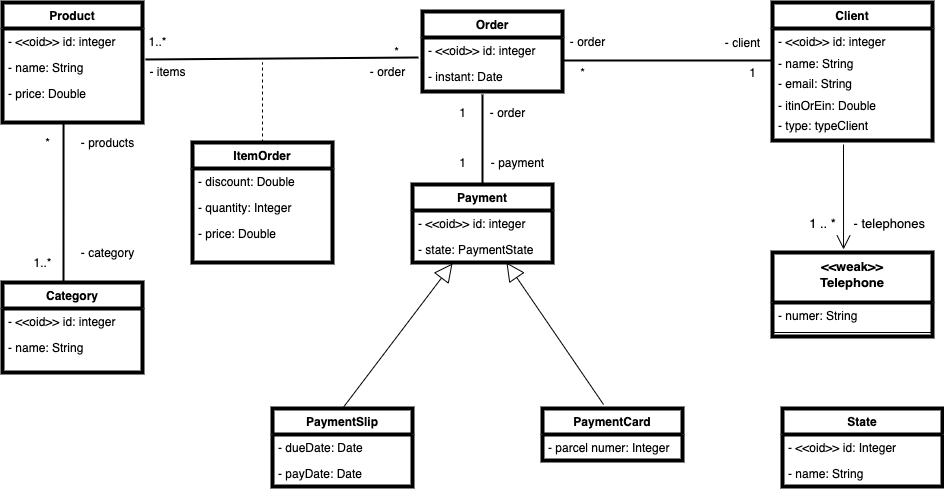
The draw.io diagram class-diagram-2.0.png in Relesi/class-diagram, before a commit. Source tidied: cells renumbered, new cells last; positions are measured from the earlier drawing's top-left corner, leaving out a move shared by most shapes.
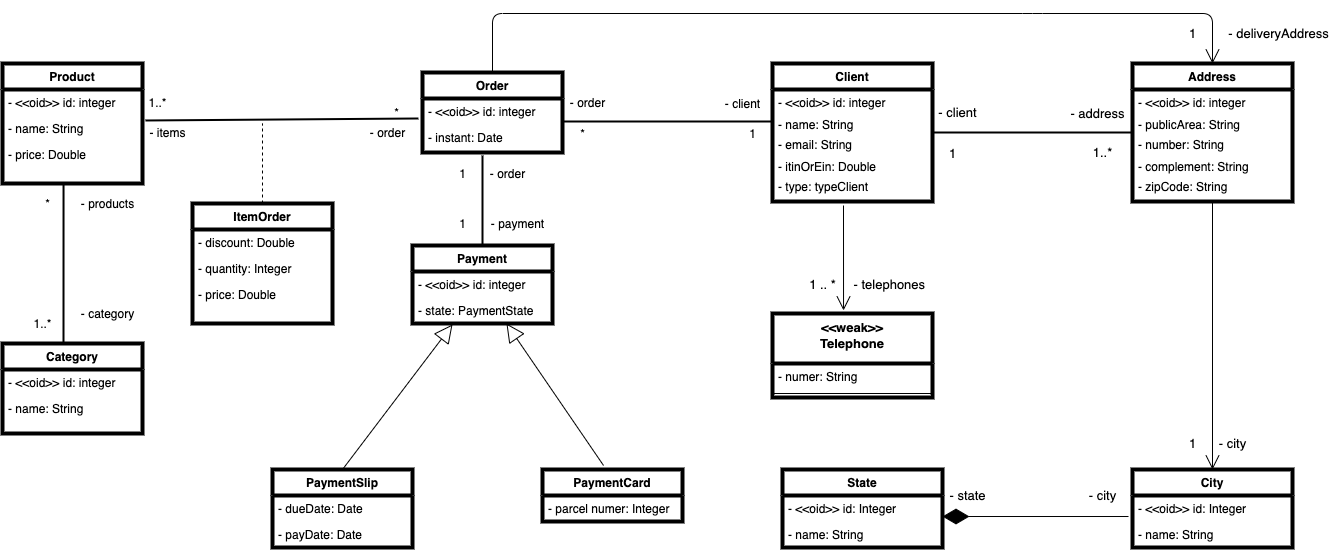
Later version of the same file.

Commit message:
impl address and city to model

Diff of the diagram source:
```diff
@@ -194,5 +194,80 @@
     <mxCell id="61" value="&amp;nbsp;- telephones" style="text;html=1;align=center;verticalAlign=middle;strokeColor=none;fontSize=13;" parent="1" vertex="1">
       <mxGeometry x="840" y="211" width="90" height="20" as="geometry" />
     </mxCell>
+    <mxCell id="62" value="Address" style="swimlane;fontStyle=1;horizontal=1;startSize=26;fillColor=none;strokeWidth=4;" parent="1" vertex="1">
+      <mxGeometry x="1130" width="160" height="138" as="geometry" />
+    </mxCell>
+    <mxCell id="63" value="- &lt;&lt;oid&gt;&gt; id: integer" style="text;strokeColor=none;fillColor=none;align=left;verticalAlign=top;spacingLeft=4;spacingRight=4;overflow=hidden;" parent="62" vertex="1">
+      <mxGeometry y="26" width="160" height="22" as="geometry" />
+    </mxCell>
+    <mxCell id="64" value="- publicArea: String " style="text;strokeColor=none;fillColor=none;align=left;verticalAlign=top;spacingLeft=4;spacingRight=4;overflow=hidden;" parent="62" vertex="1">
+      <mxGeometry y="48" width="160" height="20" as="geometry" />
+    </mxCell>
+    <mxCell id="65" value="- number: String" style="text;align=left;verticalAlign=top;spacingLeft=4;spacingRight=4;overflow=hidden;" parent="62" vertex="1">
+      <mxGeometry y="68" width="160" height="22" as="geometry" />
+    </mxCell>
+    <mxCell id="66" value="- complement: String" style="text;align=left;verticalAlign=top;spacingLeft=4;spacingRight=4;overflow=hidden;" parent="62" vertex="1">
+      <mxGeometry y="90" width="160" height="20" as="geometry" />
+    </mxCell>
+    <mxCell id="67" value="- zipCode: String" style="text;align=left;verticalAlign=top;spacingLeft=4;spacingRight=4;overflow=hidden;" parent="62" vertex="1">
+      <mxGeometry y="110" width="160" height="28" as="geometry" />
+    </mxCell>
+    <mxCell id="68" value="City" style="swimlane;fontStyle=1;horizontal=1;startSize=26;fillColor=none;strokeWidth=4;" parent="1" vertex="1">
+      <mxGeometry x="1130" y="406" width="160" height="78" as="geometry" />
+    </mxCell>
+    <mxCell id="69" value="- &lt;&lt;oid&gt;&gt; id: Integer" style="text;strokeColor=none;fillColor=none;align=left;verticalAlign=top;spacingLeft=4;spacingRight=4;overflow=hidden;points=[[0,0.5],[1,0.5]];portConstraint=eastwest;" parent="68" vertex="1">
+      <mxGeometry y="26" width="160" height="26" as="geometry" />
+    </mxCell>
+    <mxCell id="70" value="- name: String" style="text;strokeColor=none;fillColor=none;align=left;verticalAlign=top;spacingLeft=4;spacingRight=4;overflow=hidden;" parent="68" vertex="1">
+      <mxGeometry y="52" width="160" height="26" as="geometry" />
+    </mxCell>
+    <mxCell id="71" style="endArrow=none;html=1;entryX=0;entryY=0.5;entryDx=0;entryDy=0;strokeWidth=2;exitX=1;exitY=0.5;exitDx=0;exitDy=0;" parent="1" edge="1" source="42" target="62">
+      <mxGeometry relative="1" as="geometry" />
+    </mxCell>
+    <mxCell id="72" value="- client" style="text;html=1;align=center;verticalAlign=middle;strokeColor=none;fontSize=13;" parent="1" vertex="1">
+      <mxGeometry x="930" y="39" width="50" height="20" as="geometry" />
+    </mxCell>
+    <mxCell id="73" value="1" style="text;html=1;align=center;verticalAlign=middle;strokeColor=none;fontSize=13;" parent="1" vertex="1">
+      <mxGeometry x="940" y="80" width="20" height="20" as="geometry" />
+    </mxCell>
+    <mxCell id="74" value="- address" style="text;html=1;align=center;verticalAlign=middle;strokeColor=none;fontSize=13;" parent="1" vertex="1">
+      <mxGeometry x="1060" y="40" width="70" height="20" as="geometry" />
+    </mxCell>
+    <mxCell id="75" value="1..*" style="text;html=1;align=center;verticalAlign=middle;strokeColor=none;fontSize=13;" parent="1" vertex="1">
+      <mxGeometry x="1080" y="79" width="40" height="20" as="geometry" />
+    </mxCell>
+    <mxCell id="76" style="endArrow=open;endFill=1;endSize=12;html=1;fontSize=13;entryX=0.5;entryY=0;entryDx=0;entryDy=0;exitX=0.5;exitY=1;exitDx=0;exitDy=0;" parent="1" edge="1" source="62" target="68">
+      <mxGeometry relative="1" as="geometry" />
+    </mxCell>
+    <mxCell id="77" value="- city" style="text;html=1;align=center;verticalAlign=middle;strokeColor=none;fontSize=13;" parent="1" vertex="1">
+      <mxGeometry x="1210" y="370" width="40" height="20" as="geometry" />
+    </mxCell>
+    <mxCell id="78" value="1" style="text;html=1;align=center;verticalAlign=middle;strokeColor=none;fontSize=13;" parent="1" vertex="1">
+      <mxGeometry x="1180" y="370" width="20" height="20" as="geometry" />
+    </mxCell>
+    <mxCell id="79" style="endArrow=diamondThin;endFill=1;endSize=24;html=1;fontSize=13;exitX=-0.025;exitY=0.808;exitDx=0;exitDy=0;exitPerimeter=0;entryX=1;entryY=0.808;entryDx=0;entryDy=0;entryPerimeter=0;" parent="1" edge="1" source="69" target="57">
+      <mxGeometry relative="1" as="geometry" />
+    </mxCell>
+    <mxCell id="80" value="- state" style="text;html=1;align=center;verticalAlign=middle;strokeColor=none;fontSize=13;" parent="1" vertex="1">
+      <mxGeometry x="940" y="422" width="50" height="20" as="geometry" />
+    </mxCell>
+    <mxCell id="81" value="- city" style="text;html=1;align=center;verticalAlign=middle;strokeColor=none;fontSize=13;" parent="1" vertex="1">
+      <mxGeometry x="1080" y="422" width="40" height="20" as="geometry" />
+    </mxCell>
+    <mxCell id="82" style="endArrow=open;endFill=1;endSize=12;html=1;fontSize=13;entryX=0.5;entryY=0;entryDx=0;entryDy=0;exitX=0.5;exitY=0;exitDx=0;exitDy=0;" parent="1" edge="1" source="18" target="62">
+      <mxGeometry relative="1" as="geometry">
+        <Array as="points">
+          <mxPoint x="490" y="-50" />
+          <mxPoint x="1030" y="-50" />
+          <mxPoint x="1210" y="-50" />
+        </Array>
+      </mxGeometry>
+    </mxCell>
+    <mxCell id="83" value="1" style="text;html=1;align=center;verticalAlign=middle;strokeColor=none;fontSize=13;" parent="1" vertex="1">
+      <mxGeometry x="1180" y="-40" width="20" height="20" as="geometry" />
+    </mxCell>
+    <mxCell id="84" value="- deliveryAddress" style="text;html=1;align=center;verticalAlign=middle;strokeColor=none;fontSize=13;" parent="1" vertex="1">
+      <mxGeometry x="1216" y="-40" width="120" height="20" as="geometry" />
+    </mxCell>
   </root>
 </mxGraphModel>
```
